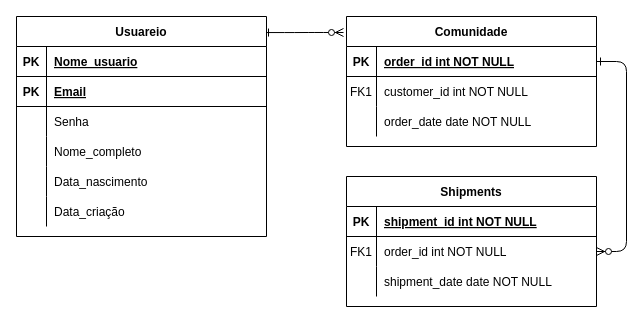
Above: Diagrama sem nome.drawio in shigerysasaki/Estudos (draw.io), before the change. Source tidied: cells renumbered, new cells numbered last; positions are measured from the earlier drawing's top-left corner, leaving out a move shared by most shapes. Both pictures are drawn from the tidied source at 100%, with x=0, y=0 at pixel (16, 16).
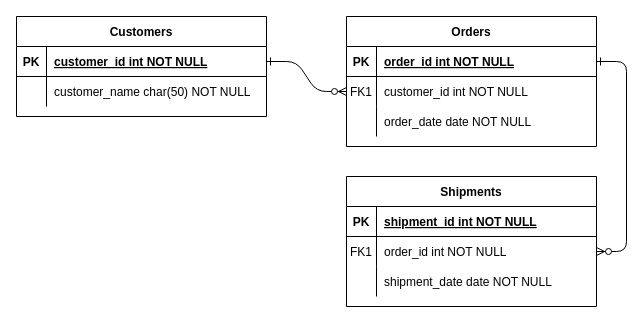
The same diagram, later.

The change refers to these unchanged cells:
```xml
<mxCell id="8" style="shape=partialRectangle;fillColor=none;points=[[0,0.5],[1,0.5]];portConstraint=eastwest;top=0;left=0;right=0;bottom=0;" parent="4" vertex="1">
  <mxGeometry y="60" width="250" height="30" as="geometry" />
</mxCell>
<mxCell id="25" style="shape=partialRectangle;fillColor=none;points=[[0,0.5],[1,0.5]];portConstraint=eastwest;top=0;left=0;right=0;bottom=1;" parent="24" vertex="1">
  <mxGeometry y="30" width="250" height="30" as="geometry" />
</mxCell>
```

Diff of the diagram source:
```diff
@@
-    <mxCell id="2" style="edgeStyle=entityRelationEdgeStyle;endArrow=ERzeroToMany;startArrow=ERone;endFill=1;startFill=0;exitX=0.992;exitY=0.073;exitDx=0;exitDy=0;exitPerimeter=0;entryX=-0.012;entryY=0.123;entryDx=0;entryDy=0;entryPerimeter=0;" parent="1" edge="1" source="24" target="4">
+    <mxCell id="2" style="edgeStyle=entityRelationEdgeStyle;endArrow=ERzeroToMany;startArrow=ERone;endFill=1;startFill=0;" parent="1" edge="1" source="25" target="8">
       <mxGeometry relative="1" as="geometry" />
     </mxCell>
@@
-    <mxCell id="4" value="Comunidade" style="shape=table;startSize=30;childLayout=tableLayout;rowLines=0;fontStyle=1;align=center;" parent="1" vertex="1">
+    <mxCell id="4" value="Orders" style="shape=table;startSize=30;childLayout=tableLayout;rowLines=0;fontStyle=1;align=center;" parent="1" vertex="1">
       <mxGeometry x="330" width="250" height="130" as="geometry" />
     </mxCell>
@@
-    <mxCell id="24" value="Usuareio" style="shape=table;startSize=30;childLayout=tableLayout;rowLines=0;fontStyle=1;align=center;" parent="1" vertex="1">
-      <mxGeometry width="250" height="220" as="geometry" />
+    <mxCell id="24" value="Customers" style="shape=table;startSize=30;childLayout=tableLayout;rowLines=0;fontStyle=1;align=center;" parent="1" vertex="1">
+      <mxGeometry width="250" height="100" as="geometry" />
     </mxCell>
@@
-    <mxCell id="27" value="Nome_usuario" style="shape=partialRectangle;overflow=hidden;fillColor=none;top=0;left=0;bottom=0;right=0;align=left;spacingLeft=6;fontStyle=5;" parent="25" vertex="1">
+    <mxCell id="27" value="customer_id int NOT NULL " style="shape=partialRectangle;overflow=hidden;fillColor=none;top=0;left=0;bottom=0;right=0;align=left;spacingLeft=6;fontStyle=5;" parent="25" vertex="1">
       <mxGeometry x="30" width="220" height="30" as="geometry" />
     </mxCell>
-    <mxCell id="28" style="shape=partialRectangle;fillColor=none;top=0;left=0;right=0;bottom=1;" parent="24" vertex="1">
-      <mxGeometry y="60" width="250" height="30" as="geometry" />
-    </mxCell>
-    <mxCell id="29" value="PK" style="shape=partialRectangle;overflow=hidden;fillColor=none;top=0;left=0;bottom=0;right=0;fontStyle=1;" parent="28" vertex="1">
-      <mxGeometry width="30" height="30" as="geometry" />
-    </mxCell>
-    <mxCell id="30" value="Email" style="shape=partialRectangle;overflow=hidden;fillColor=none;top=0;left=0;bottom=0;right=0;align=left;spacingLeft=6;fontStyle=5;" parent="28" vertex="1">
-      <mxGeometry x="30" width="220" height="30" as="geometry" />
-    </mxCell>
     <mxCell id="31" style="shape=partialRectangle;fillColor=none;top=0;left=0;right=0;bottom=0;" parent="24" vertex="1">
-      <mxGeometry y="90" width="250" height="30" as="geometry" />
+      <mxGeometry y="60" width="250" height="30" as="geometry" />
     </mxCell>
@@
-    <mxCell id="33" value="Senha" style="shape=partialRectangle;overflow=hidden;fillColor=none;top=0;left=0;bottom=0;right=0;align=left;spacingLeft=6;" parent="31" vertex="1">
+    <mxCell id="33" value="customer_name char(50) NOT NULL" style="shape=partialRectangle;overflow=hidden;fillColor=none;top=0;left=0;bottom=0;right=0;align=left;spacingLeft=6;" parent="31" vertex="1">
       <mxGeometry x="30" width="220" height="30" as="geometry" />
     </mxCell>
-    <mxCell id="34" style="shape=partialRectangle;fillColor=none;top=0;left=0;right=0;bottom=0;" parent="24" vertex="1">
-      <mxGeometry y="120" width="250" height="30" as="geometry" />
-    </mxCell>
-    <mxCell id="35" style="shape=partialRectangle;overflow=hidden;fillColor=none;top=0;left=0;bottom=0;right=0;" parent="34" vertex="1">
-      <mxGeometry width="30" height="30" as="geometry" />
-    </mxCell>
-    <mxCell id="36" value="Nome_completo" style="shape=partialRectangle;overflow=hidden;fillColor=none;top=0;left=0;bottom=0;right=0;align=left;spacingLeft=6;" parent="34" vertex="1">
-      <mxGeometry x="30" width="220" height="30" as="geometry" />
-    </mxCell>
-    <mxCell id="37" style="shape=partialRectangle;fillColor=none;top=0;left=0;right=0;bottom=0;" parent="24" vertex="1">
-      <mxGeometry y="150" width="250" height="30" as="geometry" />
-    </mxCell>
-    <mxCell id="38" style="shape=partialRectangle;overflow=hidden;fillColor=none;top=0;left=0;bottom=0;right=0;" parent="37" vertex="1">
-      <mxGeometry width="30" height="30" as="geometry" />
-    </mxCell>
-    <mxCell id="39" value="Data_nascimento" style="shape=partialRectangle;overflow=hidden;fillColor=none;top=0;left=0;bottom=0;right=0;align=left;spacingLeft=6;" parent="37" vertex="1">
-      <mxGeometry x="30" width="220" height="30" as="geometry" />
-    </mxCell>
-    <mxCell id="40" style="shape=partialRectangle;fillColor=none;top=0;left=0;right=0;bottom=0;" parent="24" vertex="1">
-      <mxGeometry y="180" width="250" height="30" as="geometry" />
-    </mxCell>
-    <mxCell id="41" style="shape=partialRectangle;overflow=hidden;fillColor=none;top=0;left=0;bottom=0;right=0;" parent="40" vertex="1">
-      <mxGeometry width="30" height="30" as="geometry" />
-    </mxCell>
-    <mxCell id="42" value="Data_criação" style="shape=partialRectangle;overflow=hidden;fillColor=none;top=0;left=0;bottom=0;right=0;align=left;spacingLeft=6;" parent="40" vertex="1">
-      <mxGeometry x="30" width="220" height="30" as="geometry" />
-    </mxCell>
```
